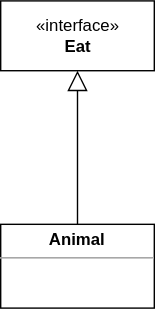
Before: UMLNote/pic/p4-20.svg, a diagram exported from draw.io (LviatYi/KnownBase). Source tidied: cells renumbered, new cells last; positions are measured from the earlier drawing's top-left corner, leaving out a move shared by most shapes.
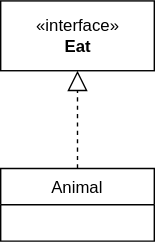
The same diagram one commit later.

The edit, as a diff of the source:
```diff
@@ -2,14 +2,14 @@
   <root>
     <mxCell id="0" />
     <mxCell id="1" parent="0" />
-    <mxCell id="2" value="«interface»&lt;br&gt;&lt;b&gt;Eat&lt;br&gt;&lt;/b&gt;" style="html=1;" parent="1" vertex="1">
-      <mxGeometry width="110" height="50" as="geometry" />
+    <mxCell id="2" value="«interface»&lt;br&gt;&lt;b&gt;Eat&lt;/b&gt;" style="html=1;" parent="1" vertex="1">
+      <mxGeometry x="90" width="110" height="50" as="geometry" />
     </mxCell>
-    <mxCell id="3" style="edgeStyle=orthogonalEdgeStyle;rounded=0;jettySize=auto;html=1;entryX=0.5;entryY=1;entryDx=0;entryDy=0;endArrow=block;endFill=0;strokeWidth=1;endSize=12;startSize=12;" parent="1" edge="1" source="4" target="2">
+    <mxCell id="3" style="edgeStyle=orthogonalEdgeStyle;rounded=0;jettySize=auto;html=1;entryX=0.5;entryY=1;entryDx=0;entryDy=0;endArrow=block;endFill=0;endSize=12;startSize=12;dashed=1;" parent="1" edge="1" source="4" target="2">
       <mxGeometry relative="1" as="geometry" />
     </mxCell>
-    <mxCell id="4" value="&lt;p style=&quot;margin: 0px ; margin-top: 4px ; text-align: center&quot;&gt;&lt;b&gt;Animal&lt;/b&gt;&lt;/p&gt;&lt;hr size=&quot;1&quot;&gt;&lt;div style=&quot;height: 2px&quot;&gt;&lt;br&gt;&lt;/div&gt;" style="verticalAlign=top;align=left;overflow=fill;fontSize=12;fontFamily=Helvetica;html=1;" parent="1" vertex="1">
-      <mxGeometry y="160" width="110" height="60" as="geometry" />
+    <mxCell id="4" value="Animal" style="swimlane;fontStyle=0;horizontal=1;startSize=26;fillColor=none;" parent="1" vertex="1">
+      <mxGeometry x="90" y="120" width="110" height="52" as="geometry" />
     </mxCell>
   </root>
 </mxGraphModel>
```
